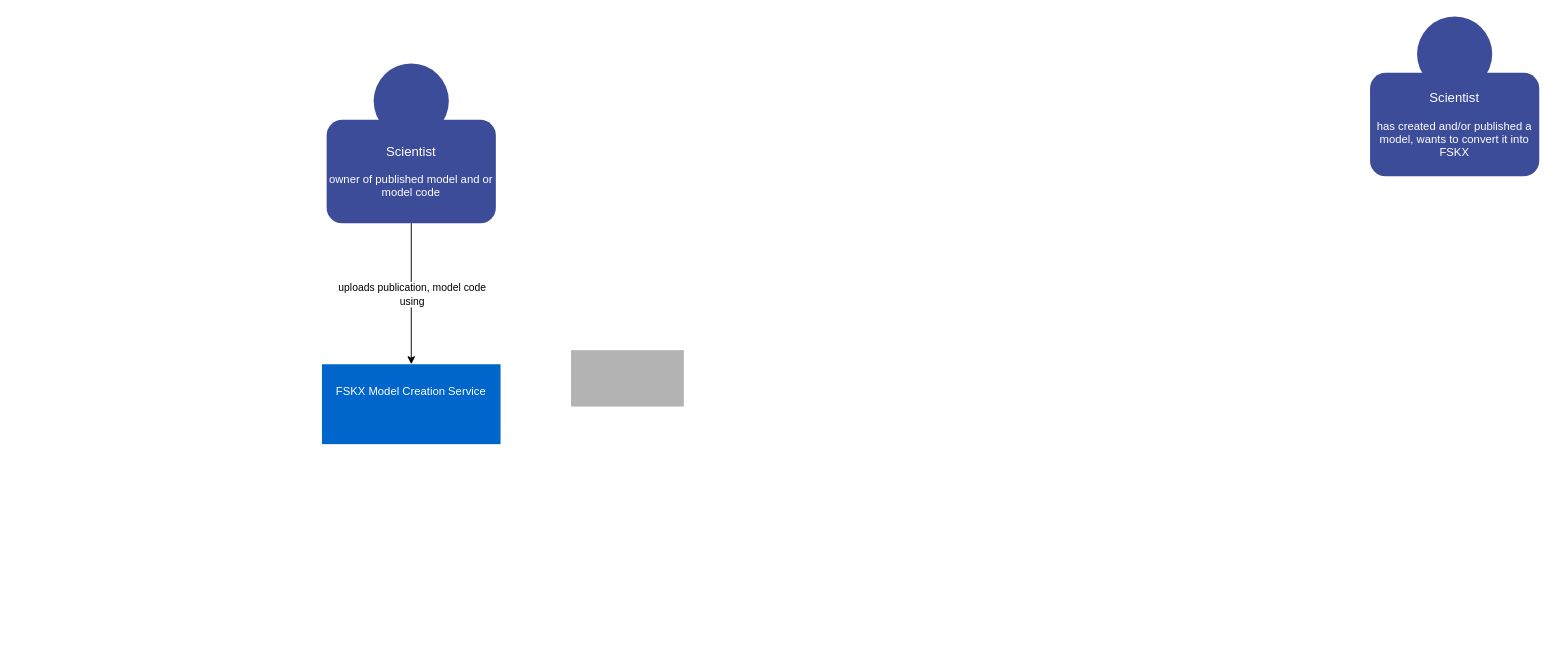
KIDA-BfR/App-Development keeps this draw.io diagram as page "System Context" (1 of 3) of FSKX_Service_C4_Architecture.drawio. Above is the earlier version. Source tidied: cells renumbered, new cells numbered last; positions are measured from the earlier drawing's top-left corner, leaving out a move shared by most shapes. Both pictures are drawn from the tidied source at 94%, with x=0, y=0 at pixel (321, 16).
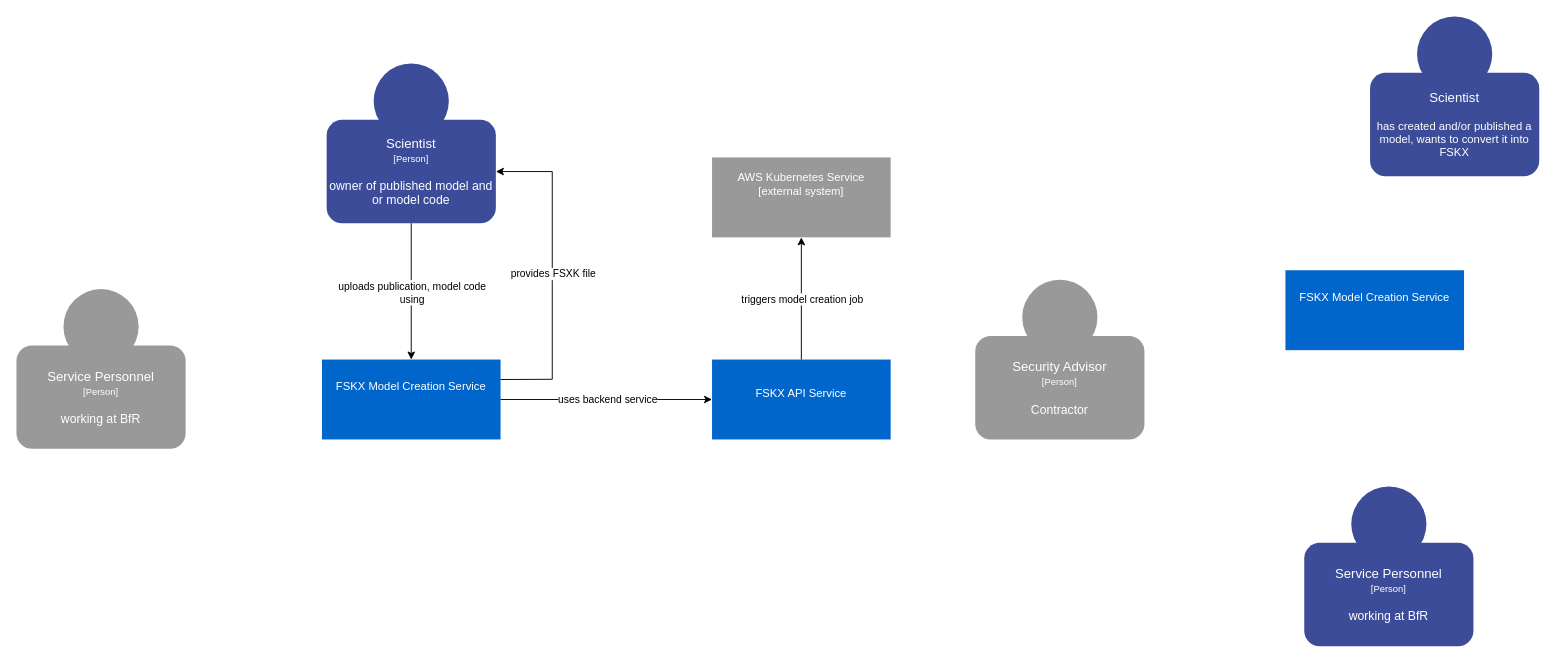
After the change.

The change refers to these unchanged cells:
```xml
<mxCell id="4" style="group;" parent="1" vertex="1">
  <mxGeometry x="25" y="50" width="140" height="170" as="geometry" />
</mxCell>
```

Diff of the diagram source:
```diff
@@
     <mxCell id="2" value="&lt;font color=&quot;#ffffff&quot;&gt;FSKX Model Creation Service&lt;/font&gt;&lt;div&gt;&lt;font color=&quot;#ffffff&quot;&gt;&lt;br&gt;&lt;/font&gt;&lt;/div&gt;&lt;div&gt;&lt;font color=&quot;#ffffff&quot;&gt;&lt;br&gt;&lt;/font&gt;&lt;/div&gt;" style="rounded=0;whiteSpace=wrap;html=1;strokeColor=none;fillColor=#0066CC;" parent="1" vertex="1">
-      <mxGeometry y="370" width="190" height="85" as="geometry" />
+      <mxGeometry y="365" width="190" height="85" as="geometry" />
     </mxCell>
-    <mxCell id="3" style="rounded=0;whiteSpace=wrap;html=1;strokeColor=none;fillColor=#B3B3B3;" parent="1" vertex="1">
-      <mxGeometry x="265" y="355" width="120" height="60" as="geometry" />
-    </mxCell>
@@
-    <mxCell id="5" value="&lt;font color=&quot;#ffffff&quot;&gt;&lt;span style=&quot;font-size: 14px;&quot;&gt;Scientist&lt;/span&gt;&lt;/font&gt;&lt;br&gt;&lt;div&gt;&lt;font color=&quot;#ffffff&quot;&gt;&lt;br&gt;owner of published model and or model code&lt;/font&gt;&lt;/div&gt;" style="rounded=1;whiteSpace=wrap;html=1;fillColor=#3D4C99;strokeColor=none;" parent="4" vertex="1">
+    <mxCell id="5" value="&lt;font color=&quot;#ffffff&quot;&gt;&lt;span style=&quot;font-size: 14px;&quot;&gt;Scientist&lt;/span&gt;&lt;/font&gt;&lt;div style=&quot;&quot;&gt;&lt;font style=&quot;font-size: 10px;&quot; color=&quot;#ffffff&quot;&gt;&lt;span style=&quot;&quot;&gt;[Person]&lt;br&gt;&lt;/span&gt;&lt;/font&gt;&lt;div style=&quot;&quot;&gt;&lt;font style=&quot;&quot; color=&quot;#ffffff&quot;&gt;&lt;br&gt;&lt;font style=&quot;font-size: 13px;&quot;&gt;owner of published model and or model code&lt;/font&gt;&lt;/font&gt;&lt;/div&gt;&lt;/div&gt;" style="rounded=1;whiteSpace=wrap;html=1;fillColor=#3D4C99;strokeColor=none;" parent="4" vertex="1">
       <mxGeometry x="-20" y="60" width="180" height="110" as="geometry" />
     </mxCell>
@@
+    <mxCell id="12" style="group;fillColor=default;" parent="1" vertex="1">
+      <mxGeometry x="-305" y="290" width="140" height="170" as="geometry" />
+    </mxCell>
+    <mxCell id="13" value="&lt;font color=&quot;#ffffff&quot;&gt;&lt;span style=&quot;font-size: 14px;&quot;&gt;Service Personnel&lt;/span&gt;&lt;/font&gt;&lt;div style=&quot;&quot;&gt;&lt;font style=&quot;font-size: 10px;&quot; color=&quot;#ffffff&quot;&gt;&lt;span style=&quot;&quot;&gt;[Person]&lt;br&gt;&lt;/span&gt;&lt;/font&gt;&lt;div style=&quot;&quot;&gt;&lt;font style=&quot;&quot; color=&quot;#ffffff&quot;&gt;&lt;br&gt;&lt;font style=&quot;font-size: 13px;&quot;&gt;working at BfR&lt;/font&gt;&lt;/font&gt;&lt;/div&gt;&lt;/div&gt;" style="rounded=1;whiteSpace=wrap;html=1;fillColor=#999999;strokeColor=none;" parent="12" vertex="1">
+      <mxGeometry x="-20" y="60" width="180" height="110" as="geometry" />
+    </mxCell>
+    <mxCell id="14" style="ellipse;whiteSpace=wrap;html=1;fillColor=#999999;strokeColor=none;" parent="12" vertex="1">
+      <mxGeometry x="30" width="80" height="80" as="geometry" />
+    </mxCell>
+    <mxCell id="15" style="group;fillColor=default;" parent="1" vertex="1">
+      <mxGeometry x="715" y="280" width="140" height="170" as="geometry" />
+    </mxCell>
+    <mxCell id="16" value="&lt;div style=&quot;&quot;&gt;&lt;font style=&quot;&quot; color=&quot;#ffffff&quot;&gt;&lt;span style=&quot;font-size: 14px;&quot;&gt;Security Advisor&lt;/span&gt;&lt;/font&gt;&lt;/div&gt;&lt;div style=&quot;&quot;&gt;&lt;font style=&quot;&quot; color=&quot;#ffffff&quot;&gt;&lt;span style=&quot;font-size: 10px;&quot;&gt;[Person]&lt;/span&gt;&lt;br&gt;&lt;/font&gt;&lt;div style=&quot;&quot;&gt;&lt;font style=&quot;&quot; color=&quot;#ffffff&quot;&gt;&lt;br&gt;&lt;font style=&quot;font-size: 13px;&quot;&gt;Contractor&lt;/font&gt;&lt;/font&gt;&lt;/div&gt;&lt;/div&gt;" style="rounded=1;whiteSpace=wrap;html=1;fillColor=#999999;strokeColor=none;" parent="15" vertex="1">
+      <mxGeometry x="-20" y="60" width="180" height="110" as="geometry" />
+    </mxCell>
+    <mxCell id="17" style="ellipse;whiteSpace=wrap;html=1;fillColor=#999999;strokeColor=none;" parent="15" vertex="1">
+      <mxGeometry x="30" width="80" height="80" as="geometry" />
+    </mxCell>
+    <mxCell id="18" style="group;fillColor=default;" parent="1" vertex="1">
+      <mxGeometry x="1065" y="500" width="140" height="170" as="geometry" />
+    </mxCell>
+    <mxCell id="19" value="&lt;font color=&quot;#ffffff&quot;&gt;&lt;span style=&quot;font-size: 14px;&quot;&gt;Service Personnel&lt;/span&gt;&lt;/font&gt;&lt;div style=&quot;&quot;&gt;&lt;font style=&quot;font-size: 10px;&quot; color=&quot;#ffffff&quot;&gt;&lt;span style=&quot;&quot;&gt;[Person]&lt;br&gt;&lt;/span&gt;&lt;/font&gt;&lt;div style=&quot;&quot;&gt;&lt;font style=&quot;&quot; color=&quot;#ffffff&quot;&gt;&lt;br&gt;&lt;font style=&quot;font-size: 13px;&quot;&gt;working at BfR&lt;/font&gt;&lt;/font&gt;&lt;/div&gt;&lt;/div&gt;" style="rounded=1;whiteSpace=wrap;html=1;fillColor=#3D4C99;strokeColor=none;" parent="18" vertex="1">
+      <mxGeometry x="-20" y="60" width="180" height="110" as="geometry" />
+    </mxCell>
+    <mxCell id="20" style="ellipse;whiteSpace=wrap;html=1;fillColor=#3D4C99;strokeColor=none;" parent="18" vertex="1">
+      <mxGeometry x="30" width="80" height="80" as="geometry" />
+    </mxCell>
+    <mxCell id="21" value="&lt;font color=&quot;#ffffff&quot;&gt;FSKX Model Creation Service&lt;/font&gt;&lt;div&gt;&lt;font color=&quot;#ffffff&quot;&gt;&lt;br&gt;&lt;/font&gt;&lt;/div&gt;&lt;div&gt;&lt;font color=&quot;#ffffff&quot;&gt;&lt;br&gt;&lt;/font&gt;&lt;/div&gt;" style="rounded=0;whiteSpace=wrap;html=1;strokeColor=none;fillColor=#0066CC;" parent="1" vertex="1">
+      <mxGeometry x="1025" y="270" width="190" height="85" as="geometry" />
+    </mxCell>
+    <mxCell id="22" value="&lt;div&gt;&lt;font color=&quot;#ffffff&quot;&gt;AWS Kubernetes Service&lt;/font&gt;&lt;/div&gt;&lt;div&gt;&lt;font color=&quot;#ffffff&quot;&gt;[external system]&lt;/font&gt;&lt;/div&gt;&lt;div&gt;&lt;font color=&quot;#ffffff&quot;&gt;&lt;br&gt;&lt;/font&gt;&lt;/div&gt;&lt;div&gt;&lt;br&gt;&lt;/div&gt;" style="rounded=0;whiteSpace=wrap;html=1;strokeColor=none;fillColor=#999999;" parent="1" vertex="1">
+      <mxGeometry x="415" y="150" width="190" height="85" as="geometry" />
+    </mxCell>
+    <mxCell id="23" value="&lt;div&gt;&lt;font color=&quot;#ffffff&quot;&gt;FSKX API Service&lt;/font&gt;&lt;/div&gt;&lt;div&gt;&lt;font color=&quot;#ffffff&quot;&gt;&lt;br&gt;&lt;/font&gt;&lt;/div&gt;" style="rounded=0;whiteSpace=wrap;html=1;strokeColor=none;fillColor=#0066CC;" parent="1" vertex="1">
+      <mxGeometry x="415" y="365" width="190" height="85" as="geometry" />
+    </mxCell>
+    <mxCell id="24" style="endArrow=classic;html=1;rounded=0;exitX=1;exitY=0.5;exitDx=0;exitDy=0;entryX=0;entryY=0.5;entryDx=0;entryDy=0;" parent="1" edge="1" source="2" target="23">
+      <mxGeometry relative="1" as="geometry" />
+    </mxCell>
+    <mxCell id="25" value="uses backend service" style="edgeLabel;html=1;align=center;verticalAlign=middle;" parent="24" vertex="1">
+      <mxGeometry relative="1" as="geometry" />
+    </mxCell>
+    <mxCell id="26" style="endArrow=classic;html=1;rounded=0;exitX=0.5;exitY=0;exitDx=0;exitDy=0;entryX=0.5;entryY=1;entryDx=0;entryDy=0;" parent="1" edge="1" source="23" target="22">
+      <mxGeometry relative="1" as="geometry" />
+    </mxCell>
+    <mxCell id="27" value="triggers model creation job" style="edgeLabel;html=1;align=center;verticalAlign=middle;" parent="26" vertex="1">
+      <mxGeometry relative="1" as="geometry" />
+    </mxCell>
+    <mxCell id="28" style="endArrow=classic;html=1;rounded=0;entryX=1;entryY=0.5;entryDx=0;entryDy=0;exitX=1;exitY=0.25;exitDx=0;exitDy=0;" parent="1" edge="1" source="2" target="5">
+      <mxGeometry relative="1" as="geometry">
+        <Array as="points">
+          <mxPoint x="245" y="386" />
+          <mxPoint x="245" y="165" />
+        </Array>
+      </mxGeometry>
+    </mxCell>
+    <mxCell id="29" value="provides FSXK file" style="edgeLabel;html=1;align=center;verticalAlign=middle;" parent="28" vertex="1">
+      <mxGeometry relative="1" as="geometry" />
+    </mxCell>
```
